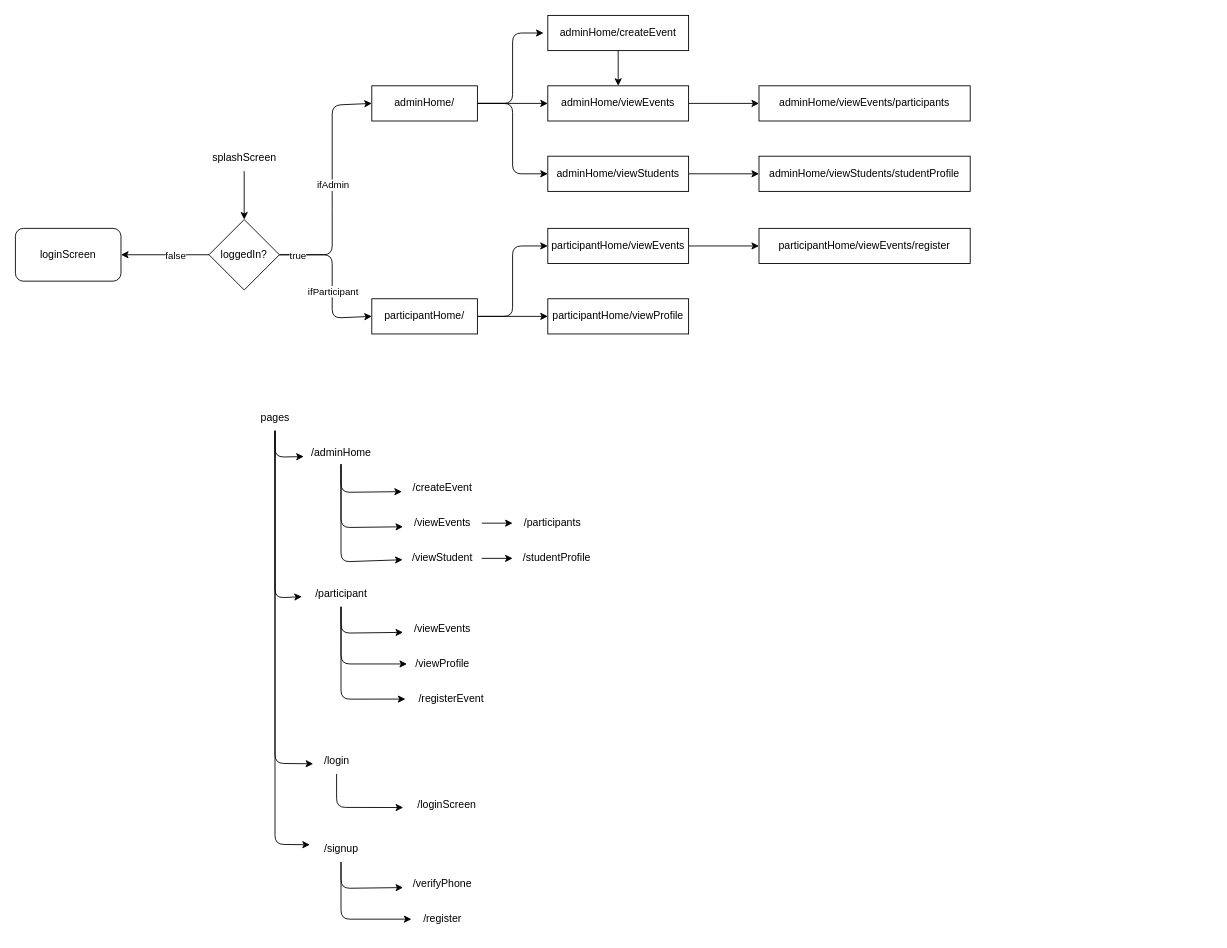
The draw.io diagram flow.dio in anuragdandge/id_generator, before the edit. Source tidied: cells renumbered, new cells numbered last; positions are measured from the earlier drawing's top-left corner, leaving out a move shared by most shapes. Both pictures are drawn from the tidied source at 88%, with x=0, y=0 at pixel (15, 15).
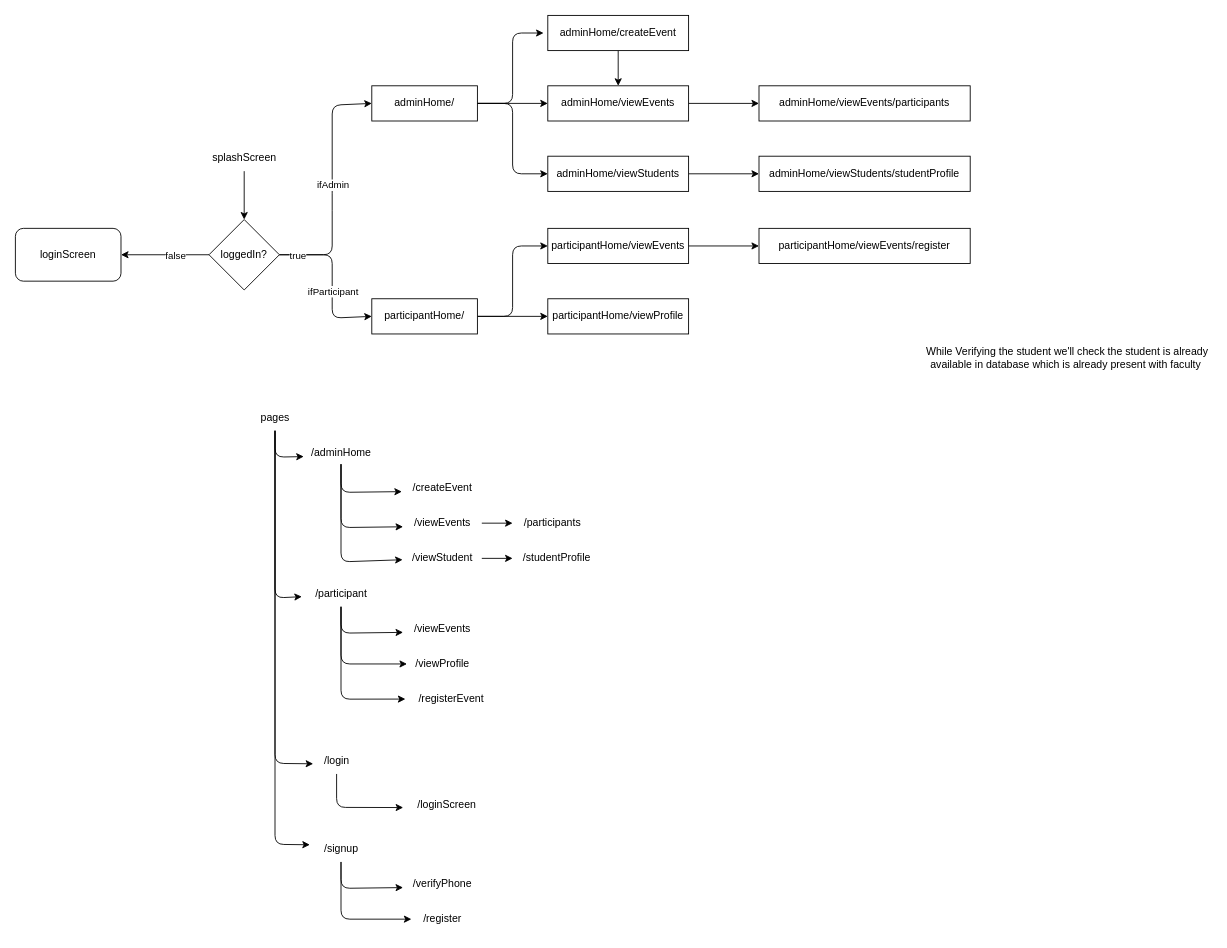
Above is the later version.

What changed in the source:
```diff
@@
+    <mxCell id="63" value="While Verifying the student we'll check the student is already &lt;br&gt;available in database which is already present with faculty&amp;nbsp;" style="text;html=1;align=center;verticalAlign=middle;strokeColor=none;fillColor=none;" parent="1" vertex="1">
+      <mxGeometry x="1031" y="368" width="328" height="41" as="geometry" />
+    </mxCell>
```
